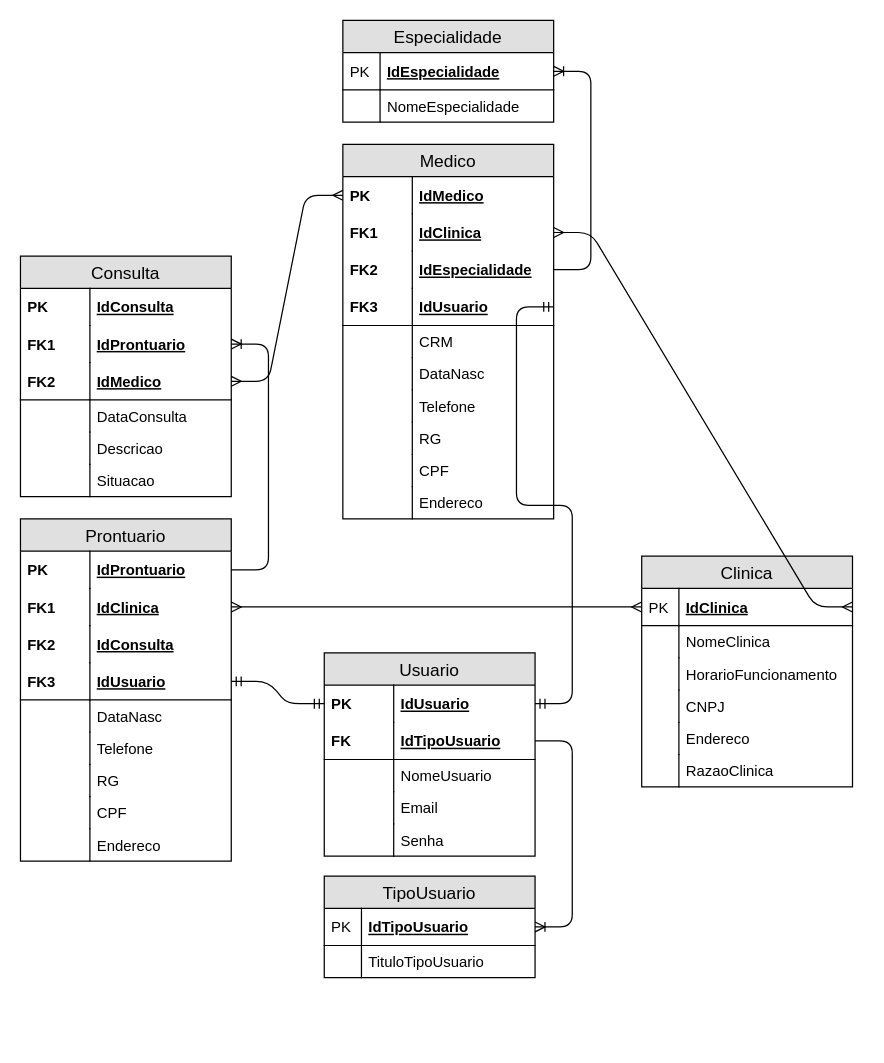
Above: Modelagem/SpMedGroup - Modelo Lógico.drawio in MattSouuza/Projeto-SpMedGroup (draw.io), before the change. Source tidied: cells renumbered, new cells numbered last; positions are measured from the earlier drawing's top-left corner, leaving out a move shared by most shapes. Both pictures are drawn from the tidied source at 124%, with x=0, y=0 at pixel (20, 20).
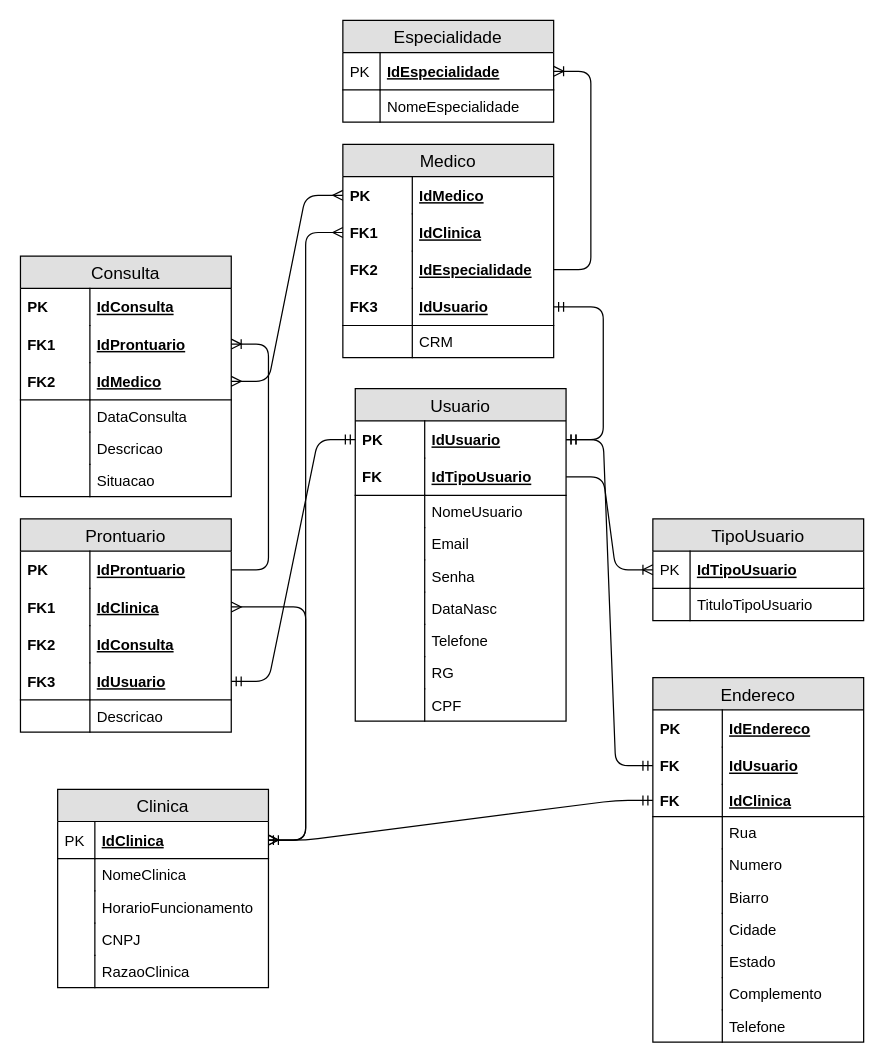
The same page after the edit.

The change refers to these unchanged cells:
```xml
<mxCell id="3" value="IdClinica" style="shape=partialRectangle;top=0;left=0;right=0;bottom=1;align=left;verticalAlign=middle;fillColor=none;spacingLeft=34;spacingRight=4;overflow=hidden;points=[[0,0.5],[1,0.5]];portConstraint=eastwest;fontStyle=5;fontSize=12;" parent="2" vertex="1">
  <mxGeometry y="26" width="170" height="30" as="geometry" />
</mxCell>
<mxCell id="21" value="IdUsuario" style="shape=partialRectangle;top=0;left=0;right=0;bottom=0;align=left;verticalAlign=middle;fillColor=none;spacingLeft=60;spacingRight=4;overflow=hidden;points=[[0,0.5],[1,0.5]];portConstraint=eastwest;fontStyle=5;fontSize=12;" parent="20" vertex="1">
  <mxGeometry y="26" width="170" height="30" as="geometry" />
</mxCell>
```

What changed in the source:
```diff
@@
     <mxCell id="2" value="Clinica" style="swimlane;fontStyle=0;horizontal=1;startSize=26;fillColor=#e0e0e0;swimlaneFillColor=#ffffff;align=center;fontSize=14;" parent="1" vertex="1">
-      <mxGeometry x="501" y="432" width="170" height="186" as="geometry" />
+      <mxGeometry x="30" y="620" width="170" height="160" as="geometry" />
     </mxCell>
@@
-    <mxCell id="11" value="Endereco" style="shape=partialRectangle;top=0;left=0;right=0;bottom=0;align=left;verticalAlign=top;fillColor=none;spacingLeft=34;spacingRight=4;overflow=hidden;fontSize=12;" parent="2" vertex="1">
-      <mxGeometry y="134" width="170" height="26" as="geometry" />
-    </mxCell>
-    <mxCell id="12" style="shape=partialRectangle;top=0;left=0;bottom=0;fillColor=none;align=left;verticalAlign=top;spacingLeft=4;spacingRight=4;overflow=hidden;fontSize=12;" parent="11" vertex="1">
-      <mxGeometry width="30" height="26" as="geometry" />
-    </mxCell>
     <mxCell id="13" value="RazaoClinica" style="shape=partialRectangle;top=0;left=0;right=0;bottom=0;align=left;verticalAlign=top;fillColor=none;spacingLeft=34;spacingRight=4;overflow=hidden;fontSize=12;" parent="2" vertex="1">
-      <mxGeometry y="160" width="170" height="26" as="geometry" />
+      <mxGeometry y="134" width="170" height="26" as="geometry" />
     </mxCell>
@@
     <mxCell id="15" value="TipoUsuario" style="swimlane;fontStyle=0;horizontal=1;startSize=26;fillColor=#e0e0e0;swimlaneFillColor=#ffffff;align=center;fontSize=14;" parent="1" vertex="1">
-      <mxGeometry x="245" y="690" width="170" height="82" as="geometry" />
+      <mxGeometry x="510" y="402" width="170" height="82" as="geometry" />
     </mxCell>
@@
     <mxCell id="20" value="Usuario" style="swimlane;fontStyle=0;horizontal=1;startSize=26;fillColor=#e0e0e0;swimlaneFillColor=#ffffff;align=center;fontSize=14;" parent="1" vertex="1">
-      <mxGeometry x="245" y="510" width="170" height="164" as="geometry" />
+      <mxGeometry x="270" y="297" width="170" height="268" as="geometry" />
     </mxCell>
@@
+    <mxCell id="61" value="DataNasc" style="shape=partialRectangle;top=0;left=0;right=0;bottom=0;align=left;verticalAlign=top;fillColor=none;spacingLeft=60;spacingRight=4;overflow=hidden;fontSize=12;" parent="20" vertex="1">
+      <mxGeometry y="164" width="170" height="26" as="geometry" />
+    </mxCell>
+    <mxCell id="97" style="shape=partialRectangle;top=0;left=0;bottom=0;fillColor=none;align=left;verticalAlign=top;spacingLeft=4;spacingRight=4;overflow=hidden;fontSize=12;" parent="61" vertex="1">
+      <mxGeometry width="56" height="26" as="geometry" />
+    </mxCell>
+    <mxCell id="98" value="Telefone" style="shape=partialRectangle;top=0;left=0;right=0;bottom=0;align=left;verticalAlign=top;fillColor=none;spacingLeft=60;spacingRight=4;overflow=hidden;fontSize=12;" parent="20" vertex="1">
+      <mxGeometry y="190" width="170" height="26" as="geometry" />
+    </mxCell>
+    <mxCell id="99" style="shape=partialRectangle;top=0;left=0;bottom=0;fillColor=none;align=left;verticalAlign=top;spacingLeft=4;spacingRight=4;overflow=hidden;fontSize=12;" parent="98" vertex="1">
+      <mxGeometry width="56" height="26" as="geometry" />
+    </mxCell>
+    <mxCell id="100" value="RG" style="shape=partialRectangle;top=0;left=0;right=0;bottom=0;align=left;verticalAlign=top;fillColor=none;spacingLeft=60;spacingRight=4;overflow=hidden;fontSize=12;" parent="20" vertex="1">
+      <mxGeometry y="216" width="170" height="26" as="geometry" />
+    </mxCell>
+    <mxCell id="101" style="shape=partialRectangle;top=0;left=0;bottom=0;fillColor=none;align=left;verticalAlign=top;spacingLeft=4;spacingRight=4;overflow=hidden;fontSize=12;" parent="100" vertex="1">
+      <mxGeometry width="56" height="26" as="geometry" />
+    </mxCell>
+    <mxCell id="102" value="CPF" style="shape=partialRectangle;top=0;left=0;right=0;bottom=0;align=left;verticalAlign=top;fillColor=none;spacingLeft=60;spacingRight=4;overflow=hidden;fontSize=12;" parent="20" vertex="1">
+      <mxGeometry y="242" width="170" height="26" as="geometry" />
+    </mxCell>
+    <mxCell id="103" style="shape=partialRectangle;top=0;left=0;bottom=0;fillColor=none;align=left;verticalAlign=top;spacingLeft=4;spacingRight=4;overflow=hidden;fontSize=12;" parent="102" vertex="1">
+      <mxGeometry width="56" height="26" as="geometry" />
+    </mxCell>
     <mxCell id="31" value="Prontuario" style="swimlane;fontStyle=0;horizontal=1;startSize=26;fillColor=#e0e0e0;swimlaneFillColor=#ffffff;align=center;fontSize=14;" parent="1" vertex="1">
-      <mxGeometry y="402" width="170" height="276" as="geometry" />
+      <mxGeometry y="402" width="170" height="172" as="geometry" />
     </mxCell>
@@
-    <mxCell id="40" value="DataNasc" style="shape=partialRectangle;top=0;left=0;right=0;bottom=0;align=left;verticalAlign=top;fillColor=none;spacingLeft=60;spacingRight=4;overflow=hidden;fontSize=12;" parent="31" vertex="1">
+    <mxCell id="40" value="Descricao" style="shape=partialRectangle;top=0;left=0;right=0;bottom=0;align=left;verticalAlign=top;fillColor=none;spacingLeft=60;spacingRight=4;overflow=hidden;fontSize=12;" parent="31" vertex="1">
       <mxGeometry y="146" width="170" height="26" as="geometry" />
     </mxCell>
@@
-    <mxCell id="42" value="Telefone" style="shape=partialRectangle;top=0;left=0;right=0;bottom=0;align=left;verticalAlign=top;fillColor=none;spacingLeft=60;spacingRight=4;overflow=hidden;fontSize=12;" parent="31" vertex="1">
-      <mxGeometry y="172" width="170" height="26" as="geometry" />
-    </mxCell>
-    <mxCell id="43" style="shape=partialRectangle;top=0;left=0;bottom=0;fillColor=none;align=left;verticalAlign=top;spacingLeft=4;spacingRight=4;overflow=hidden;fontSize=12;" parent="42" vertex="1">
-      <mxGeometry width="56" height="26" as="geometry" />
-    </mxCell>
-    <mxCell id="44" value="RG" style="shape=partialRectangle;top=0;left=0;right=0;bottom=0;align=left;verticalAlign=top;fillColor=none;spacingLeft=60;spacingRight=4;overflow=hidden;fontSize=12;" parent="31" vertex="1">
-      <mxGeometry y="198" width="170" height="26" as="geometry" />
-    </mxCell>
-    <mxCell id="45" style="shape=partialRectangle;top=0;left=0;bottom=0;fillColor=none;align=left;verticalAlign=top;spacingLeft=4;spacingRight=4;overflow=hidden;fontSize=12;" parent="44" vertex="1">
-      <mxGeometry width="56" height="26" as="geometry" />
-    </mxCell>
-    <mxCell id="46" value="CPF" style="shape=partialRectangle;top=0;left=0;right=0;bottom=0;align=left;verticalAlign=top;fillColor=none;spacingLeft=60;spacingRight=4;overflow=hidden;fontSize=12;" parent="31" vertex="1">
-      <mxGeometry y="224" width="170" height="26" as="geometry" />
-    </mxCell>
-    <mxCell id="47" style="shape=partialRectangle;top=0;left=0;bottom=0;fillColor=none;align=left;verticalAlign=top;spacingLeft=4;spacingRight=4;overflow=hidden;fontSize=12;" parent="46" vertex="1">
-      <mxGeometry width="56" height="26" as="geometry" />
-    </mxCell>
-    <mxCell id="48" value="Endereco" style="shape=partialRectangle;top=0;left=0;right=0;bottom=0;align=left;verticalAlign=top;fillColor=none;spacingLeft=60;spacingRight=4;overflow=hidden;fontSize=12;" parent="31" vertex="1">
-      <mxGeometry y="250" width="170" height="26" as="geometry" />
-    </mxCell>
-    <mxCell id="49" style="shape=partialRectangle;top=0;left=0;bottom=0;fillColor=none;align=left;verticalAlign=top;spacingLeft=4;spacingRight=4;overflow=hidden;fontSize=12;" parent="48" vertex="1">
-      <mxGeometry width="56" height="26" as="geometry" />
-    </mxCell>
     <mxCell id="50" value="Medico" style="swimlane;fontStyle=0;horizontal=1;startSize=26;fillColor=#e0e0e0;swimlaneFillColor=#ffffff;align=center;fontSize=14;" parent="1" vertex="1">
-      <mxGeometry x="260" y="100" width="170" height="302" as="geometry" />
+      <mxGeometry x="260" y="100" width="170" height="172" as="geometry" />
     </mxCell>
@@
-    <mxCell id="61" value="DataNasc" style="shape=partialRectangle;top=0;left=0;right=0;bottom=0;align=left;verticalAlign=top;fillColor=none;spacingLeft=60;spacingRight=4;overflow=hidden;fontSize=12;" parent="50" vertex="1">
-      <mxGeometry y="172" width="170" height="26" as="geometry" />
-    </mxCell>
-    <mxCell id="62" style="shape=partialRectangle;top=0;left=0;bottom=0;fillColor=none;align=left;verticalAlign=top;spacingLeft=4;spacingRight=4;overflow=hidden;fontSize=12;" parent="61" vertex="1">
-      <mxGeometry width="56" height="26" as="geometry" />
-    </mxCell>
-    <mxCell id="63" value="Telefone" style="shape=partialRectangle;top=0;left=0;right=0;bottom=0;align=left;verticalAlign=top;fillColor=none;spacingLeft=60;spacingRight=4;overflow=hidden;fontSize=12;" parent="50" vertex="1">
-      <mxGeometry y="198" width="170" height="26" as="geometry" />
-    </mxCell>
-    <mxCell id="64" style="shape=partialRectangle;top=0;left=0;bottom=0;fillColor=none;align=left;verticalAlign=top;spacingLeft=4;spacingRight=4;overflow=hidden;fontSize=12;" parent="63" vertex="1">
-      <mxGeometry width="56" height="26" as="geometry" />
-    </mxCell>
-    <mxCell id="65" value="RG" style="shape=partialRectangle;top=0;left=0;right=0;bottom=0;align=left;verticalAlign=top;fillColor=none;spacingLeft=60;spacingRight=4;overflow=hidden;fontSize=12;" parent="50" vertex="1">
-      <mxGeometry y="224" width="170" height="26" as="geometry" />
-    </mxCell>
-    <mxCell id="66" style="shape=partialRectangle;top=0;left=0;bottom=0;fillColor=none;align=left;verticalAlign=top;spacingLeft=4;spacingRight=4;overflow=hidden;fontSize=12;" parent="65" vertex="1">
-      <mxGeometry width="56" height="26" as="geometry" />
-    </mxCell>
-    <mxCell id="67" value="CPF" style="shape=partialRectangle;top=0;left=0;right=0;bottom=0;align=left;verticalAlign=top;fillColor=none;spacingLeft=60;spacingRight=4;overflow=hidden;fontSize=12;" parent="50" vertex="1">
-      <mxGeometry y="250" width="170" height="26" as="geometry" />
-    </mxCell>
-    <mxCell id="68" style="shape=partialRectangle;top=0;left=0;bottom=0;fillColor=none;align=left;verticalAlign=top;spacingLeft=4;spacingRight=4;overflow=hidden;fontSize=12;" parent="67" vertex="1">
-      <mxGeometry width="56" height="26" as="geometry" />
-    </mxCell>
-    <mxCell id="69" value="Endereco" style="shape=partialRectangle;top=0;left=0;right=0;bottom=0;align=left;verticalAlign=top;fillColor=none;spacingLeft=60;spacingRight=4;overflow=hidden;fontSize=12;" parent="50" vertex="1">
-      <mxGeometry y="276" width="170" height="26" as="geometry" />
-    </mxCell>
-    <mxCell id="70" style="shape=partialRectangle;top=0;left=0;bottom=0;fillColor=none;align=left;verticalAlign=top;spacingLeft=4;spacingRight=4;overflow=hidden;fontSize=12;" parent="69" vertex="1">
-      <mxGeometry width="56" height="26" as="geometry" />
-    </mxCell>
@@
+    <mxCell id="104" value="Endereco" style="swimlane;fontStyle=0;horizontal=1;startSize=26;fillColor=#e0e0e0;swimlaneFillColor=#ffffff;align=center;fontSize=14;" parent="1" vertex="1">
+      <mxGeometry x="510" y="530" width="170" height="294" as="geometry" />
+    </mxCell>
+    <mxCell id="105" value="IdEndereco" style="shape=partialRectangle;top=0;left=0;right=0;bottom=0;align=left;verticalAlign=middle;fillColor=none;spacingLeft=60;spacingRight=4;overflow=hidden;fontStyle=5;fontSize=12;" parent="104" vertex="1">
+      <mxGeometry y="26" width="170" height="30" as="geometry" />
+    </mxCell>
+    <mxCell id="106" value="PK" style="shape=partialRectangle;fontStyle=1;top=0;left=0;bottom=0;fillColor=none;align=left;verticalAlign=middle;spacingLeft=4;spacingRight=4;overflow=hidden;fontSize=12;" parent="105" vertex="1">
+      <mxGeometry width="56" height="30" as="geometry" />
+    </mxCell>
+    <mxCell id="107" value="IdUsuario" style="shape=partialRectangle;top=0;left=0;right=0;bottom=0;align=left;verticalAlign=middle;fillColor=none;spacingLeft=60;spacingRight=4;overflow=hidden;points=[[0,0.5],[1,0.5]];portConstraint=eastwest;fontStyle=5;fontSize=12;" parent="104" vertex="1">
+      <mxGeometry y="56" width="170" height="30" as="geometry" />
+    </mxCell>
+    <mxCell id="108" value="FK" style="shape=partialRectangle;fontStyle=1;top=0;left=0;bottom=0;fillColor=none;align=left;verticalAlign=middle;spacingLeft=4;spacingRight=4;overflow=hidden;fontSize=12;" parent="107" vertex="1">
+      <mxGeometry width="56" height="30" as="geometry" />
+    </mxCell>
+    <mxCell id="109" value="IdClinica" style="shape=partialRectangle;top=0;left=0;right=0;bottom=1;align=left;verticalAlign=middle;fillColor=none;spacingLeft=60;spacingRight=4;overflow=hidden;points=[[0,0.5],[1,0.5]];portConstraint=eastwest;fontStyle=5;fontSize=12;" parent="104" vertex="1">
+      <mxGeometry y="86" width="170" height="26" as="geometry" />
+    </mxCell>
+    <mxCell id="110" value="FK" style="shape=partialRectangle;fontStyle=1;top=0;left=0;bottom=0;fillColor=none;align=left;verticalAlign=middle;spacingLeft=4;spacingRight=4;overflow=hidden;fontSize=12;" parent="109" vertex="1">
+      <mxGeometry width="56" height="26" as="geometry" />
+    </mxCell>
+    <mxCell id="111" value="Rua" style="shape=partialRectangle;top=0;left=0;right=0;bottom=0;align=left;verticalAlign=top;fillColor=none;spacingLeft=60;spacingRight=4;overflow=hidden;fontSize=12;" parent="104" vertex="1">
+      <mxGeometry y="112" width="170" height="26" as="geometry" />
+    </mxCell>
+    <mxCell id="112" style="shape=partialRectangle;top=0;left=0;bottom=0;fillColor=none;align=left;verticalAlign=top;spacingLeft=4;spacingRight=4;overflow=hidden;fontSize=12;" parent="111" vertex="1">
+      <mxGeometry width="56" height="26" as="geometry" />
+    </mxCell>
+    <mxCell id="113" value="Numero" style="shape=partialRectangle;top=0;left=0;right=0;bottom=0;align=left;verticalAlign=top;fillColor=none;spacingLeft=60;spacingRight=4;overflow=hidden;fontSize=12;" parent="104" vertex="1">
+      <mxGeometry y="138" width="170" height="26" as="geometry" />
+    </mxCell>
+    <mxCell id="114" style="shape=partialRectangle;top=0;left=0;bottom=0;fillColor=none;align=left;verticalAlign=top;spacingLeft=4;spacingRight=4;overflow=hidden;fontSize=12;" parent="113" vertex="1">
+      <mxGeometry width="56" height="26" as="geometry" />
+    </mxCell>
+    <mxCell id="115" value="Biarro" style="shape=partialRectangle;top=0;left=0;right=0;bottom=0;align=left;verticalAlign=top;fillColor=none;spacingLeft=60;spacingRight=4;overflow=hidden;fontSize=12;" parent="104" vertex="1">
+      <mxGeometry y="164" width="170" height="26" as="geometry" />
+    </mxCell>
+    <mxCell id="116" style="shape=partialRectangle;top=0;left=0;bottom=0;fillColor=none;align=left;verticalAlign=top;spacingLeft=4;spacingRight=4;overflow=hidden;fontSize=12;" parent="115" vertex="1">
+      <mxGeometry width="56" height="26" as="geometry" />
+    </mxCell>
+    <mxCell id="117" value="Cidade" style="shape=partialRectangle;top=0;left=0;right=0;bottom=0;align=left;verticalAlign=top;fillColor=none;spacingLeft=60;spacingRight=4;overflow=hidden;fontSize=12;" parent="104" vertex="1">
+      <mxGeometry y="190" width="170" height="26" as="geometry" />
+    </mxCell>
+    <mxCell id="118" style="shape=partialRectangle;top=0;left=0;bottom=0;fillColor=none;align=left;verticalAlign=top;spacingLeft=4;spacingRight=4;overflow=hidden;fontSize=12;" parent="117" vertex="1">
+      <mxGeometry width="56" height="26" as="geometry" />
+    </mxCell>
+    <mxCell id="119" value="Estado" style="shape=partialRectangle;top=0;left=0;right=0;bottom=0;align=left;verticalAlign=top;fillColor=none;spacingLeft=60;spacingRight=4;overflow=hidden;fontSize=12;" parent="104" vertex="1">
+      <mxGeometry y="216" width="170" height="26" as="geometry" />
+    </mxCell>
+    <mxCell id="120" style="shape=partialRectangle;top=0;left=0;bottom=0;fillColor=none;align=left;verticalAlign=top;spacingLeft=4;spacingRight=4;overflow=hidden;fontSize=12;" parent="119" vertex="1">
+      <mxGeometry width="56" height="26" as="geometry" />
+    </mxCell>
+    <mxCell id="121" value="Complemento" style="shape=partialRectangle;top=0;left=0;right=0;bottom=0;align=left;verticalAlign=top;fillColor=none;spacingLeft=60;spacingRight=4;overflow=hidden;fontSize=12;" parent="104" vertex="1">
+      <mxGeometry y="242" width="170" height="26" as="geometry" />
+    </mxCell>
+    <mxCell id="122" style="shape=partialRectangle;top=0;left=0;bottom=0;fillColor=none;align=left;verticalAlign=top;spacingLeft=4;spacingRight=4;overflow=hidden;fontSize=12;" parent="121" vertex="1">
+      <mxGeometry width="56" height="26" as="geometry" />
+    </mxCell>
+    <mxCell id="123" value="Telefone" style="shape=partialRectangle;top=0;left=0;right=0;bottom=0;align=left;verticalAlign=top;fillColor=none;spacingLeft=60;spacingRight=4;overflow=hidden;fontSize=12;" parent="104" vertex="1">
+      <mxGeometry y="268" width="170" height="26" as="geometry" />
+    </mxCell>
+    <mxCell id="124" style="shape=partialRectangle;top=0;left=0;bottom=0;fillColor=none;align=left;verticalAlign=top;spacingLeft=4;spacingRight=4;overflow=hidden;fontSize=12;" parent="123" vertex="1">
+      <mxGeometry width="56" height="26" as="geometry" />
+    </mxCell>
+    <mxCell id="125" style="edgeStyle=entityRelationEdgeStyle;fontSize=12;html=1;endArrow=ERmandOne;startArrow=ERmandOne;entryX=0;entryY=0.5;entryDx=0;entryDy=0;" parent="1" edge="1" source="21" target="107">
+      <mxGeometry relative="1" as="geometry" />
+    </mxCell>
+    <mxCell id="126" style="edgeStyle=entityRelationEdgeStyle;fontSize=12;html=1;endArrow=ERmandOne;startArrow=ERmandOne;entryX=0;entryY=0.5;entryDx=0;entryDy=0;" parent="1" edge="1" source="3" target="109">
+      <mxGeometry relative="1" as="geometry" />
+    </mxCell>
```
